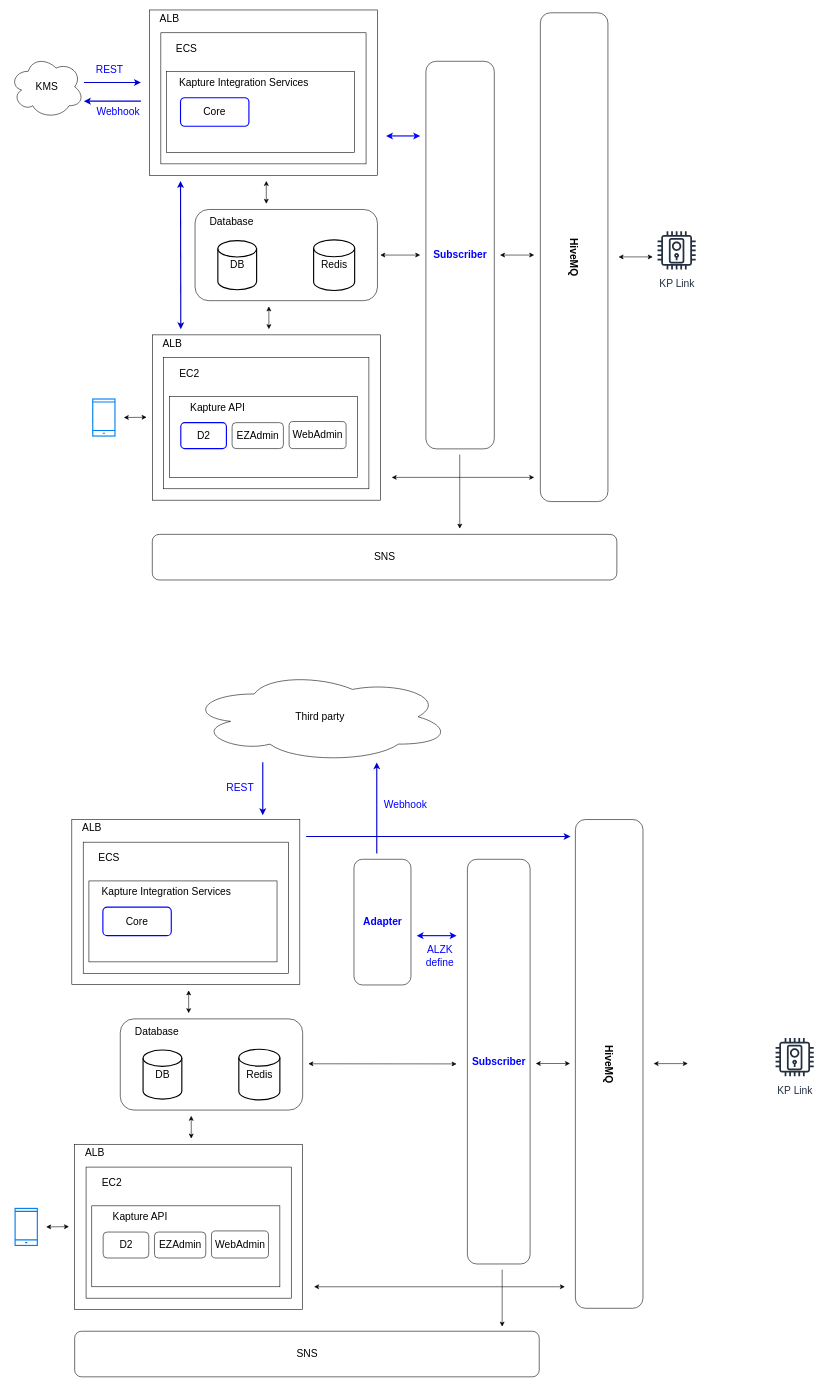
The draw.io diagram KaptureIntegrationService.drawio in kevin3747118/ALZK, before the edit. Source tidied: cells renumbered, new cells numbered last; positions are measured from the earlier drawing's top-left corner, leaving out a move shared by most shapes. Both pictures are drawn from the tidied source at 57%, with x=0, y=0 at pixel (10, 10).
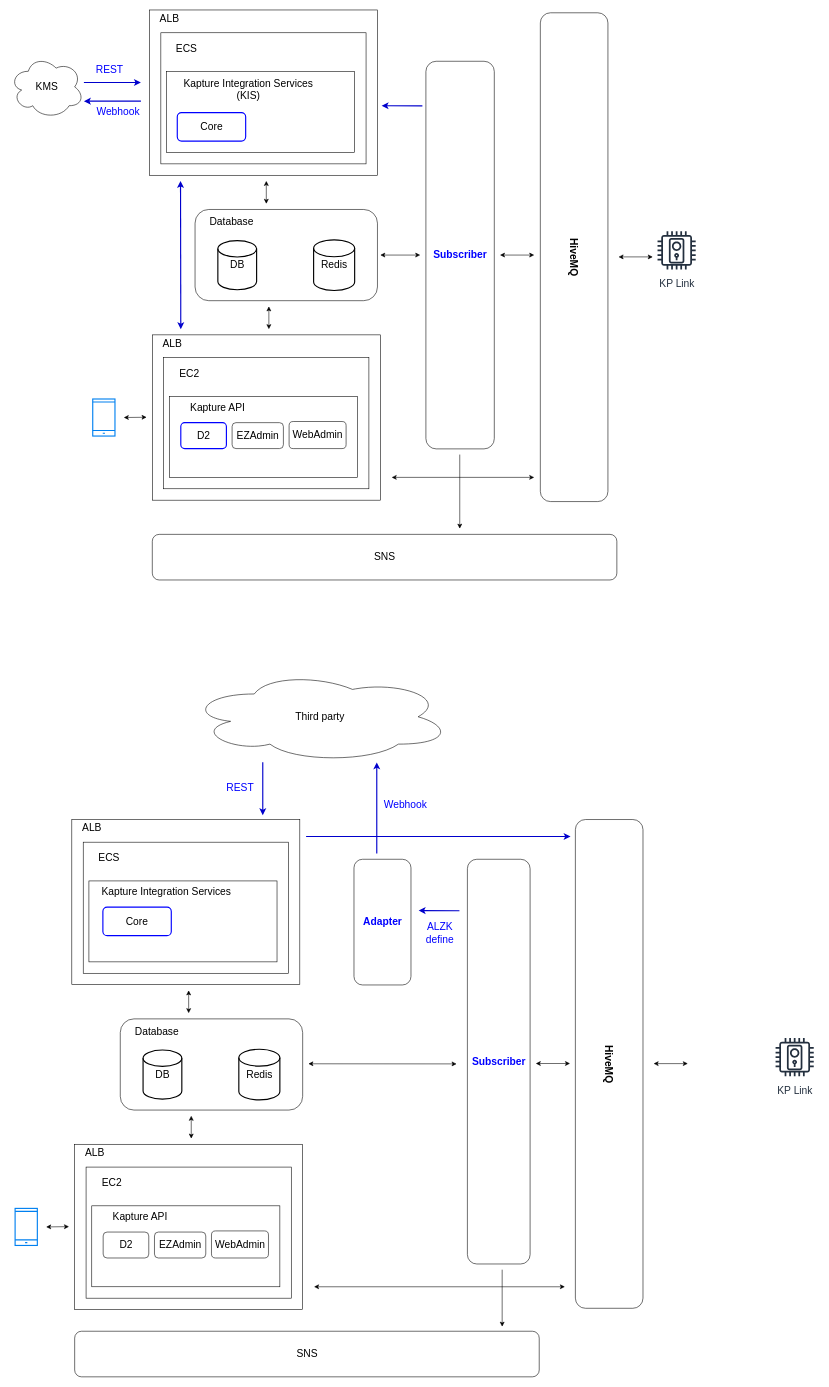
The same page after the edit.

Change to the diagram source:
```diff
@@
-    <mxCell id="6" value="&lt;font style=&quot;font-size: 18px&quot;&gt;Kapture Integration Services&lt;/font&gt;" style="text;html=1;strokeColor=none;fillColor=none;align=center;verticalAlign=middle;whiteSpace=wrap;rounded=0;" parent="1" vertex="1">
-      <mxGeometry x="274.7" y="108" width="271" height="40" as="geometry" />
+    <mxCell id="6" value="&lt;font style=&quot;font-size: 18px&quot;&gt;Kapture Integration Services (KIS)&lt;/font&gt;" style="text;html=1;strokeColor=none;fillColor=none;align=center;verticalAlign=middle;whiteSpace=wrap;rounded=0;" parent="1" vertex="1">
+      <mxGeometry x="283" y="120" width="271" height="40" as="geometry" />
     </mxCell>
     <mxCell id="7" value="Core" style="rounded=1;whiteSpace=wrap;html=1;fontSize=18;strokeColor=#0000FF;strokeWidth=2;" parent="1" vertex="1">
-      <mxGeometry x="299.2" y="154" width="120" height="50" as="geometry" />
+      <mxGeometry x="293.5" y="180" width="120" height="50" as="geometry" />
     </mxCell>
@@
-    <mxCell id="36" style="endArrow=classic;startArrow=classic;html=1;rounded=0;fontSize=18;fontColor=#000000;strokeColor=#0000FF;strokeWidth=2;" parent="1" edge="1">
-      <mxGeometry relative="1" as="geometry">
-        <mxPoint x="659.7" y="221" as="sourcePoint" />
-        <mxPoint x="719.7" y="221" as="targetPoint" />
-      </mxGeometry>
-    </mxCell>
@@
-    <mxCell id="74" style="endArrow=classic;startArrow=classic;html=1;rounded=0;fontSize=18;fontColor=#000000;strokeColor=#0000FF;strokeWidth=2;" parent="1" edge="1">
-      <mxGeometry relative="1" as="geometry">
-        <mxPoint x="713.5" y="1624" as="sourcePoint" />
-        <mxPoint x="783.5" y="1624" as="targetPoint" />
-      </mxGeometry>
-    </mxCell>
@@
     <mxCell id="80" value="ALZK &lt;br&gt;define" style="text;html=1;align=center;verticalAlign=middle;strokeColor=none;fillColor=none;fontSize=18;fontColor=#0000FF;" parent="1" vertex="1">
-      <mxGeometry x="718.5" y="1630" width="70" height="60" as="geometry" />
+      <mxGeometry x="718.5" y="1590" width="70" height="60" as="geometry" />
     </mxCell>
@@
+    <mxCell id="86" style="endArrow=classic;html=1;rounded=0;strokeColor=#0000CC;strokeWidth=2;fontSize=18;fontColor=#0000FF;" parent="1" edge="1">
+      <mxGeometry relative="1" as="geometry">
+        <mxPoint x="788.5" y="1580.3" as="sourcePoint" />
+        <mxPoint x="717" y="1580" as="targetPoint" />
+      </mxGeometry>
+    </mxCell>
+    <mxCell id="87" style="endArrow=classic;html=1;rounded=0;strokeColor=#0000CC;strokeWidth=2;fontSize=18;fontColor=#0000FF;" parent="1" edge="1">
+      <mxGeometry relative="1" as="geometry">
+        <mxPoint x="723.5" y="168.3" as="sourcePoint" />
+        <mxPoint x="652" y="168" as="targetPoint" />
+      </mxGeometry>
+    </mxCell>
```
